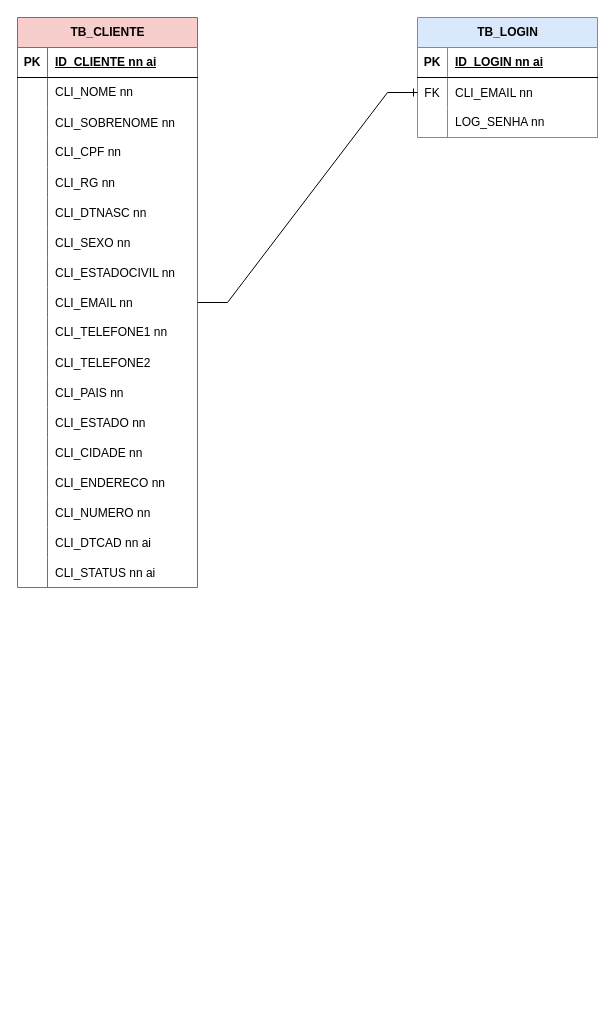
This is TCC-Copperton/DB-Diagram.drawio from saintplis/TCC-Copperton, a draw.io file, before an edit. Source tidied: cells renumbered, new cells numbered last; positions are measured from the earlier drawing's top-left corner, leaving out a move shared by most shapes. Both pictures are drawn from the tidied source at 100%, with x=0, y=0 at pixel (17, 17).
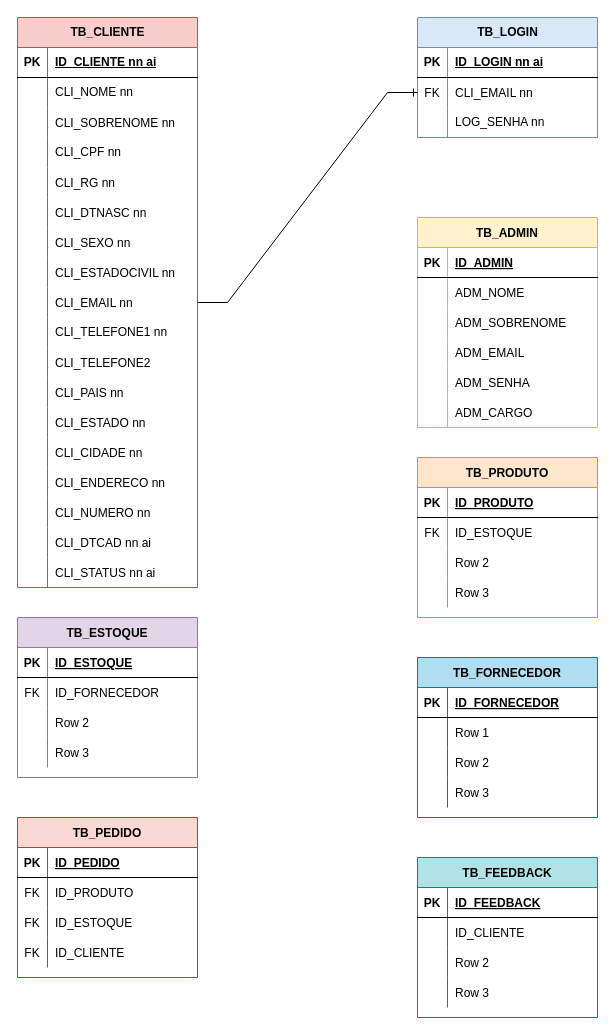
After the change.

Commit message:
DB Diagram - Copperton Beta 1.3

The edit, as a diff of the source:
```diff
@@
+    <mxCell id="68" value="TB_ADMIN" style="shape=table;startSize=30;childLayout=tableLayout;rowLines=0;fontStyle=1;align=center;fillColor=#fff2cc;strokeColor=#d6b656;" parent="1" vertex="1">
+      <mxGeometry x="400" y="200" width="180" height="210" as="geometry" />
+    </mxCell>
+    <mxCell id="69" style="shape=tableRow;horizontal=0;startSize=0;swimlaneHead=0;swimlaneBody=0;fillColor=none;top=0;left=0;right=0;bottom=1;" parent="68" vertex="1">
+      <mxGeometry y="30" width="180" height="30" as="geometry" />
+    </mxCell>
+    <mxCell id="70" value="PK" style="shape=partialRectangle;fillColor=none;top=0;left=0;bottom=0;right=0;fontStyle=1;overflow=hidden;" parent="69" vertex="1">
+      <mxGeometry width="30" height="30" as="geometry" />
+    </mxCell>
+    <mxCell id="71" value="ID_ADMIN" style="shape=partialRectangle;fillColor=none;top=0;left=0;bottom=0;right=0;align=left;spacingLeft=6;fontStyle=5;overflow=hidden;" parent="69" vertex="1">
+      <mxGeometry x="30" width="150" height="30" as="geometry" />
+    </mxCell>
+    <mxCell id="72" style="shape=tableRow;horizontal=0;startSize=0;swimlaneHead=0;swimlaneBody=0;fillColor=none;top=0;left=0;right=0;bottom=0;" parent="68" vertex="1">
+      <mxGeometry y="60" width="180" height="30" as="geometry" />
+    </mxCell>
+    <mxCell id="73" style="shape=partialRectangle;fillColor=none;top=0;left=0;bottom=0;right=0;overflow=hidden;" parent="72" vertex="1">
+      <mxGeometry width="30" height="30" as="geometry" />
+    </mxCell>
+    <mxCell id="74" value="ADM_NOME" style="shape=partialRectangle;fillColor=none;top=0;left=0;bottom=0;right=0;align=left;spacingLeft=6;overflow=hidden;" parent="72" vertex="1">
+      <mxGeometry x="30" width="150" height="30" as="geometry" />
+    </mxCell>
+    <mxCell id="75" style="shape=tableRow;horizontal=0;startSize=0;swimlaneHead=0;swimlaneBody=0;fillColor=none;top=0;left=0;right=0;bottom=0;" parent="68" vertex="1">
+      <mxGeometry y="90" width="180" height="30" as="geometry" />
+    </mxCell>
+    <mxCell id="76" style="shape=partialRectangle;fillColor=none;top=0;left=0;bottom=0;right=0;overflow=hidden;" parent="75" vertex="1">
+      <mxGeometry width="30" height="30" as="geometry" />
+    </mxCell>
+    <mxCell id="77" value="ADM_SOBRENOME" style="shape=partialRectangle;fillColor=none;top=0;left=0;bottom=0;right=0;align=left;spacingLeft=6;overflow=hidden;" parent="75" vertex="1">
+      <mxGeometry x="30" width="150" height="30" as="geometry" />
+    </mxCell>
+    <mxCell id="78" style="shape=tableRow;horizontal=0;startSize=0;swimlaneHead=0;swimlaneBody=0;fillColor=none;top=0;left=0;right=0;bottom=0;" parent="68" vertex="1">
+      <mxGeometry y="120" width="180" height="30" as="geometry" />
+    </mxCell>
+    <mxCell id="79" style="shape=partialRectangle;fillColor=none;top=0;left=0;bottom=0;right=0;overflow=hidden;" parent="78" vertex="1">
+      <mxGeometry width="30" height="30" as="geometry" />
+    </mxCell>
+    <mxCell id="80" value="ADM_EMAIL" style="shape=partialRectangle;fillColor=none;top=0;left=0;bottom=0;right=0;align=left;spacingLeft=6;overflow=hidden;" parent="78" vertex="1">
+      <mxGeometry x="30" width="150" height="30" as="geometry" />
+    </mxCell>
+    <mxCell id="81" style="shape=tableRow;horizontal=0;startSize=0;swimlaneHead=0;swimlaneBody=0;fillColor=none;top=0;left=0;right=0;bottom=0;" parent="68" vertex="1">
+      <mxGeometry y="150" width="180" height="30" as="geometry" />
+    </mxCell>
+    <mxCell id="82" style="shape=partialRectangle;fillColor=none;top=0;left=0;bottom=0;right=0;overflow=hidden;" parent="81" vertex="1">
+      <mxGeometry width="30" height="30" as="geometry" />
+    </mxCell>
+    <mxCell id="83" value="ADM_SENHA" style="shape=partialRectangle;fillColor=none;top=0;left=0;bottom=0;right=0;align=left;spacingLeft=6;overflow=hidden;" parent="81" vertex="1">
+      <mxGeometry x="30" width="150" height="30" as="geometry" />
+    </mxCell>
+    <mxCell id="84" style="shape=tableRow;horizontal=0;startSize=0;swimlaneHead=0;swimlaneBody=0;fillColor=none;top=0;left=0;right=0;bottom=0;" parent="68" vertex="1">
+      <mxGeometry y="180" width="180" height="30" as="geometry" />
+    </mxCell>
+    <mxCell id="85" style="shape=partialRectangle;fillColor=none;top=0;left=0;bottom=0;right=0;overflow=hidden;" parent="84" vertex="1">
+      <mxGeometry width="30" height="30" as="geometry" />
+    </mxCell>
+    <mxCell id="86" value="ADM_CARGO" style="shape=partialRectangle;fillColor=none;top=0;left=0;bottom=0;right=0;align=left;spacingLeft=6;overflow=hidden;" parent="84" vertex="1">
+      <mxGeometry x="30" width="150" height="30" as="geometry" />
+    </mxCell>
+    <mxCell id="87" value="TB_PRODUTO" style="shape=table;startSize=30;childLayout=tableLayout;rowLines=0;fontStyle=1;align=center;fillColor=#ffe6cc;strokeColor=#d79b00;" parent="1" vertex="1">
+      <mxGeometry x="400" y="440" width="180" height="160" as="geometry" />
+    </mxCell>
+    <mxCell id="88" style="shape=tableRow;horizontal=0;startSize=0;swimlaneHead=0;swimlaneBody=0;fillColor=none;top=0;left=0;right=0;bottom=1;" parent="87" vertex="1">
+      <mxGeometry y="30" width="180" height="30" as="geometry" />
+    </mxCell>
+    <mxCell id="89" value="PK" style="shape=partialRectangle;fillColor=none;top=0;left=0;bottom=0;right=0;fontStyle=1;overflow=hidden;" parent="88" vertex="1">
+      <mxGeometry width="30" height="30" as="geometry" />
+    </mxCell>
+    <mxCell id="90" value="ID_PRODUTO" style="shape=partialRectangle;fillColor=none;top=0;left=0;bottom=0;right=0;align=left;spacingLeft=6;fontStyle=5;overflow=hidden;" parent="88" vertex="1">
+      <mxGeometry x="30" width="150" height="30" as="geometry" />
+    </mxCell>
+    <mxCell id="91" style="shape=tableRow;horizontal=0;startSize=0;swimlaneHead=0;swimlaneBody=0;fillColor=none;top=0;left=0;right=0;bottom=0;" parent="87" vertex="1">
+      <mxGeometry y="60" width="180" height="30" as="geometry" />
+    </mxCell>
+    <mxCell id="92" value="FK" style="shape=partialRectangle;fillColor=none;top=0;left=0;bottom=0;right=0;overflow=hidden;" parent="91" vertex="1">
+      <mxGeometry width="30" height="30" as="geometry" />
+    </mxCell>
+    <mxCell id="93" value="ID_ESTOQUE" style="shape=partialRectangle;fillColor=none;top=0;left=0;bottom=0;right=0;align=left;spacingLeft=6;overflow=hidden;" parent="91" vertex="1">
+      <mxGeometry x="30" width="150" height="30" as="geometry" />
+    </mxCell>
+    <mxCell id="94" style="shape=tableRow;horizontal=0;startSize=0;swimlaneHead=0;swimlaneBody=0;fillColor=none;top=0;left=0;right=0;bottom=0;" parent="87" vertex="1">
+      <mxGeometry y="90" width="180" height="30" as="geometry" />
+    </mxCell>
+    <mxCell id="95" style="shape=partialRectangle;fillColor=none;top=0;left=0;bottom=0;right=0;overflow=hidden;" parent="94" vertex="1">
+      <mxGeometry width="30" height="30" as="geometry" />
+    </mxCell>
+    <mxCell id="96" value="Row 2" style="shape=partialRectangle;fillColor=none;top=0;left=0;bottom=0;right=0;align=left;spacingLeft=6;overflow=hidden;" parent="94" vertex="1">
+      <mxGeometry x="30" width="150" height="30" as="geometry" />
+    </mxCell>
+    <mxCell id="97" style="shape=tableRow;horizontal=0;startSize=0;swimlaneHead=0;swimlaneBody=0;fillColor=none;top=0;left=0;right=0;bottom=0;" parent="87" vertex="1">
+      <mxGeometry y="120" width="180" height="30" as="geometry" />
+    </mxCell>
+    <mxCell id="98" style="shape=partialRectangle;fillColor=none;top=0;left=0;bottom=0;right=0;overflow=hidden;" parent="97" vertex="1">
+      <mxGeometry width="30" height="30" as="geometry" />
+    </mxCell>
+    <mxCell id="99" value="Row 3" style="shape=partialRectangle;fillColor=none;top=0;left=0;bottom=0;right=0;align=left;spacingLeft=6;overflow=hidden;" parent="97" vertex="1">
+      <mxGeometry x="30" width="150" height="30" as="geometry" />
+    </mxCell>
+    <mxCell id="100" value="TB_ESTOQUE" style="shape=table;startSize=30;childLayout=tableLayout;rowLines=0;fontStyle=1;align=center;fillColor=#e1d5e7;strokeColor=#9673a6;" parent="1" vertex="1">
+      <mxGeometry y="600" width="180" height="160" as="geometry" />
+    </mxCell>
+    <mxCell id="101" style="shape=tableRow;horizontal=0;startSize=0;swimlaneHead=0;swimlaneBody=0;fillColor=none;top=0;left=0;right=0;bottom=1;" parent="100" vertex="1">
+      <mxGeometry y="30" width="180" height="30" as="geometry" />
+    </mxCell>
+    <mxCell id="102" value="PK" style="shape=partialRectangle;fillColor=none;top=0;left=0;bottom=0;right=0;fontStyle=1;overflow=hidden;" parent="101" vertex="1">
+      <mxGeometry width="30" height="30" as="geometry" />
+    </mxCell>
+    <mxCell id="103" value="ID_ESTOQUE" style="shape=partialRectangle;fillColor=none;top=0;left=0;bottom=0;right=0;align=left;spacingLeft=6;fontStyle=5;overflow=hidden;" parent="101" vertex="1">
+      <mxGeometry x="30" width="150" height="30" as="geometry" />
+    </mxCell>
+    <mxCell id="104" style="shape=tableRow;horizontal=0;startSize=0;swimlaneHead=0;swimlaneBody=0;fillColor=none;top=0;left=0;right=0;bottom=0;" parent="100" vertex="1">
+      <mxGeometry y="60" width="180" height="30" as="geometry" />
+    </mxCell>
+    <mxCell id="105" value="FK" style="shape=partialRectangle;fillColor=none;top=0;left=0;bottom=0;right=0;overflow=hidden;" parent="104" vertex="1">
+      <mxGeometry width="30" height="30" as="geometry" />
+    </mxCell>
+    <mxCell id="106" value="ID_FORNECEDOR" style="shape=partialRectangle;fillColor=none;top=0;left=0;bottom=0;right=0;align=left;spacingLeft=6;overflow=hidden;" parent="104" vertex="1">
+      <mxGeometry x="30" width="150" height="30" as="geometry" />
+    </mxCell>
+    <mxCell id="107" style="shape=tableRow;horizontal=0;startSize=0;swimlaneHead=0;swimlaneBody=0;fillColor=none;top=0;left=0;right=0;bottom=0;" parent="100" vertex="1">
+      <mxGeometry y="90" width="180" height="30" as="geometry" />
+    </mxCell>
+    <mxCell id="108" style="shape=partialRectangle;fillColor=none;top=0;left=0;bottom=0;right=0;overflow=hidden;" parent="107" vertex="1">
+      <mxGeometry width="30" height="30" as="geometry" />
+    </mxCell>
+    <mxCell id="109" value="Row 2" style="shape=partialRectangle;fillColor=none;top=0;left=0;bottom=0;right=0;align=left;spacingLeft=6;overflow=hidden;" parent="107" vertex="1">
+      <mxGeometry x="30" width="150" height="30" as="geometry" />
+    </mxCell>
+    <mxCell id="110" style="shape=tableRow;horizontal=0;startSize=0;swimlaneHead=0;swimlaneBody=0;fillColor=none;top=0;left=0;right=0;bottom=0;" parent="100" vertex="1">
+      <mxGeometry y="120" width="180" height="30" as="geometry" />
+    </mxCell>
+    <mxCell id="111" style="shape=partialRectangle;fillColor=none;top=0;left=0;bottom=0;right=0;overflow=hidden;" parent="110" vertex="1">
+      <mxGeometry width="30" height="30" as="geometry" />
+    </mxCell>
+    <mxCell id="112" value="Row 3" style="shape=partialRectangle;fillColor=none;top=0;left=0;bottom=0;right=0;align=left;spacingLeft=6;overflow=hidden;" parent="110" vertex="1">
+      <mxGeometry x="30" width="150" height="30" as="geometry" />
+    </mxCell>
+    <mxCell id="113" value="TB_FORNECEDOR" style="shape=table;startSize=30;childLayout=tableLayout;rowLines=0;fontStyle=1;align=center;fillColor=#b1ddf0;strokeColor=#10739e;" parent="1" vertex="1">
+      <mxGeometry x="400" y="640" width="180" height="160" as="geometry" />
+    </mxCell>
+    <mxCell id="114" style="shape=tableRow;horizontal=0;startSize=0;swimlaneHead=0;swimlaneBody=0;fillColor=none;top=0;left=0;right=0;bottom=1;" parent="113" vertex="1">
+      <mxGeometry y="30" width="180" height="30" as="geometry" />
+    </mxCell>
+    <mxCell id="115" value="PK" style="shape=partialRectangle;fillColor=none;top=0;left=0;bottom=0;right=0;fontStyle=1;overflow=hidden;" parent="114" vertex="1">
+      <mxGeometry width="30" height="30" as="geometry" />
+    </mxCell>
+    <mxCell id="116" value="ID_FORNECEDOR" style="shape=partialRectangle;fillColor=none;top=0;left=0;bottom=0;right=0;align=left;spacingLeft=6;fontStyle=5;overflow=hidden;" parent="114" vertex="1">
+      <mxGeometry x="30" width="150" height="30" as="geometry" />
+    </mxCell>
+    <mxCell id="117" style="shape=tableRow;horizontal=0;startSize=0;swimlaneHead=0;swimlaneBody=0;fillColor=none;top=0;left=0;right=0;bottom=0;" parent="113" vertex="1">
+      <mxGeometry y="60" width="180" height="30" as="geometry" />
+    </mxCell>
+    <mxCell id="118" style="shape=partialRectangle;fillColor=none;top=0;left=0;bottom=0;right=0;overflow=hidden;" parent="117" vertex="1">
+      <mxGeometry width="30" height="30" as="geometry" />
+    </mxCell>
+    <mxCell id="119" value="Row 1" style="shape=partialRectangle;fillColor=none;top=0;left=0;bottom=0;right=0;align=left;spacingLeft=6;overflow=hidden;" parent="117" vertex="1">
+      <mxGeometry x="30" width="150" height="30" as="geometry" />
+    </mxCell>
+    <mxCell id="120" style="shape=tableRow;horizontal=0;startSize=0;swimlaneHead=0;swimlaneBody=0;fillColor=none;top=0;left=0;right=0;bottom=0;" parent="113" vertex="1">
+      <mxGeometry y="90" width="180" height="30" as="geometry" />
+    </mxCell>
+    <mxCell id="121" style="shape=partialRectangle;fillColor=none;top=0;left=0;bottom=0;right=0;overflow=hidden;" parent="120" vertex="1">
+      <mxGeometry width="30" height="30" as="geometry" />
+    </mxCell>
+    <mxCell id="122" value="Row 2" style="shape=partialRectangle;fillColor=none;top=0;left=0;bottom=0;right=0;align=left;spacingLeft=6;overflow=hidden;" parent="120" vertex="1">
+      <mxGeometry x="30" width="150" height="30" as="geometry" />
+    </mxCell>
+    <mxCell id="123" style="shape=tableRow;horizontal=0;startSize=0;swimlaneHead=0;swimlaneBody=0;fillColor=none;top=0;left=0;right=0;bottom=0;" parent="113" vertex="1">
+      <mxGeometry y="120" width="180" height="30" as="geometry" />
+    </mxCell>
+    <mxCell id="124" style="shape=partialRectangle;fillColor=none;top=0;left=0;bottom=0;right=0;overflow=hidden;" parent="123" vertex="1">
+      <mxGeometry width="30" height="30" as="geometry" />
+    </mxCell>
+    <mxCell id="125" value="Row 3" style="shape=partialRectangle;fillColor=none;top=0;left=0;bottom=0;right=0;align=left;spacingLeft=6;overflow=hidden;" parent="123" vertex="1">
+      <mxGeometry x="30" width="150" height="30" as="geometry" />
+    </mxCell>
+    <mxCell id="126" value="TB_PEDIDO" style="shape=table;startSize=30;childLayout=tableLayout;rowLines=0;fontStyle=1;align=center;fillColor=#fad9d5;strokeColor=#ae4132;" parent="1" vertex="1">
+      <mxGeometry y="800" width="180" height="160" as="geometry" />
+    </mxCell>
+    <mxCell id="127" style="shape=tableRow;horizontal=0;startSize=0;swimlaneHead=0;swimlaneBody=0;fillColor=none;top=0;left=0;right=0;bottom=1;" parent="126" vertex="1">
+      <mxGeometry y="30" width="180" height="30" as="geometry" />
+    </mxCell>
+    <mxCell id="128" value="PK" style="shape=partialRectangle;fillColor=none;top=0;left=0;bottom=0;right=0;fontStyle=1;overflow=hidden;" parent="127" vertex="1">
+      <mxGeometry width="30" height="30" as="geometry" />
+    </mxCell>
+    <mxCell id="129" value="ID_PEDIDO" style="shape=partialRectangle;fillColor=none;top=0;left=0;bottom=0;right=0;align=left;spacingLeft=6;fontStyle=5;overflow=hidden;" parent="127" vertex="1">
+      <mxGeometry x="30" width="150" height="30" as="geometry" />
+    </mxCell>
+    <mxCell id="130" style="shape=tableRow;horizontal=0;startSize=0;swimlaneHead=0;swimlaneBody=0;fillColor=none;top=0;left=0;right=0;bottom=0;" parent="126" vertex="1">
+      <mxGeometry y="60" width="180" height="30" as="geometry" />
+    </mxCell>
+    <mxCell id="131" value="FK" style="shape=partialRectangle;fillColor=none;top=0;left=0;bottom=0;right=0;overflow=hidden;" parent="130" vertex="1">
+      <mxGeometry width="30" height="30" as="geometry" />
+    </mxCell>
+    <mxCell id="132" value="ID_PRODUTO" style="shape=partialRectangle;fillColor=none;top=0;left=0;bottom=0;right=0;align=left;spacingLeft=6;overflow=hidden;" parent="130" vertex="1">
+      <mxGeometry x="30" width="150" height="30" as="geometry" />
+    </mxCell>
+    <mxCell id="133" style="shape=tableRow;horizontal=0;startSize=0;swimlaneHead=0;swimlaneBody=0;fillColor=none;top=0;left=0;right=0;bottom=0;" parent="126" vertex="1">
+      <mxGeometry y="90" width="180" height="30" as="geometry" />
+    </mxCell>
+    <mxCell id="134" value="FK" style="shape=partialRectangle;fillColor=none;top=0;left=0;bottom=0;right=0;overflow=hidden;" parent="133" vertex="1">
+      <mxGeometry width="30" height="30" as="geometry" />
+    </mxCell>
+    <mxCell id="135" value="ID_ESTOQUE" style="shape=partialRectangle;fillColor=none;top=0;left=0;bottom=0;right=0;align=left;spacingLeft=6;overflow=hidden;" parent="133" vertex="1">
+      <mxGeometry x="30" width="150" height="30" as="geometry" />
+    </mxCell>
+    <mxCell id="136" style="shape=tableRow;horizontal=0;startSize=0;swimlaneHead=0;swimlaneBody=0;fillColor=none;top=0;left=0;right=0;bottom=0;" parent="126" vertex="1">
+      <mxGeometry y="120" width="180" height="30" as="geometry" />
+    </mxCell>
+    <mxCell id="137" value="FK" style="shape=partialRectangle;fillColor=none;top=0;left=0;bottom=0;right=0;overflow=hidden;" parent="136" vertex="1">
+      <mxGeometry width="30" height="30" as="geometry" />
+    </mxCell>
+    <mxCell id="138" value="ID_CLIENTE" style="shape=partialRectangle;fillColor=none;top=0;left=0;bottom=0;right=0;align=left;spacingLeft=6;overflow=hidden;" parent="136" vertex="1">
+      <mxGeometry x="30" width="150" height="30" as="geometry" />
+    </mxCell>
+    <mxCell id="139" value="TB_FEEDBACK" style="shape=table;startSize=30;childLayout=tableLayout;rowLines=0;fontStyle=1;align=center;fillColor=#b0e3e6;strokeColor=#0e8088;" parent="1" vertex="1">
+      <mxGeometry x="400" y="840" width="180" height="160" as="geometry" />
+    </mxCell>
+    <mxCell id="140" style="shape=tableRow;horizontal=0;startSize=0;swimlaneHead=0;swimlaneBody=0;fillColor=none;top=0;left=0;right=0;bottom=1;" parent="139" vertex="1">
+      <mxGeometry y="30" width="180" height="30" as="geometry" />
+    </mxCell>
+    <mxCell id="141" value="PK" style="shape=partialRectangle;fillColor=none;top=0;left=0;bottom=0;right=0;fontStyle=1;overflow=hidden;" parent="140" vertex="1">
+      <mxGeometry width="30" height="30" as="geometry" />
+    </mxCell>
+    <mxCell id="142" value="ID_FEEDBACK" style="shape=partialRectangle;fillColor=none;top=0;left=0;bottom=0;right=0;align=left;spacingLeft=6;fontStyle=5;overflow=hidden;" parent="140" vertex="1">
+      <mxGeometry x="30" width="150" height="30" as="geometry" />
+    </mxCell>
+    <mxCell id="143" style="shape=tableRow;horizontal=0;startSize=0;swimlaneHead=0;swimlaneBody=0;fillColor=none;top=0;left=0;right=0;bottom=0;" parent="139" vertex="1">
+      <mxGeometry y="60" width="180" height="30" as="geometry" />
+    </mxCell>
+    <mxCell id="144" style="shape=partialRectangle;fillColor=none;top=0;left=0;bottom=0;right=0;overflow=hidden;" parent="143" vertex="1">
+      <mxGeometry width="30" height="30" as="geometry" />
+    </mxCell>
+    <mxCell id="145" value="ID_CLIENTE" style="shape=partialRectangle;fillColor=none;top=0;left=0;bottom=0;right=0;align=left;spacingLeft=6;overflow=hidden;" parent="143" vertex="1">
+      <mxGeometry x="30" width="150" height="30" as="geometry" />
+    </mxCell>
+    <mxCell id="146" style="shape=tableRow;horizontal=0;startSize=0;swimlaneHead=0;swimlaneBody=0;fillColor=none;top=0;left=0;right=0;bottom=0;" parent="139" vertex="1">
+      <mxGeometry y="90" width="180" height="30" as="geometry" />
+    </mxCell>
+    <mxCell id="147" style="shape=partialRectangle;fillColor=none;top=0;left=0;bottom=0;right=0;overflow=hidden;" parent="146" vertex="1">
+      <mxGeometry width="30" height="30" as="geometry" />
+    </mxCell>
+    <mxCell id="148" value="Row 2" style="shape=partialRectangle;fillColor=none;top=0;left=0;bottom=0;right=0;align=left;spacingLeft=6;overflow=hidden;" parent="146" vertex="1">
+      <mxGeometry x="30" width="150" height="30" as="geometry" />
+    </mxCell>
+    <mxCell id="149" style="shape=tableRow;horizontal=0;startSize=0;swimlaneHead=0;swimlaneBody=0;fillColor=none;top=0;left=0;right=0;bottom=0;" parent="139" vertex="1">
+      <mxGeometry y="120" width="180" height="30" as="geometry" />
+    </mxCell>
+    <mxCell id="150" style="shape=partialRectangle;fillColor=none;top=0;left=0;bottom=0;right=0;overflow=hidden;" parent="149" vertex="1">
+      <mxGeometry width="30" height="30" as="geometry" />
+    </mxCell>
+    <mxCell id="151" value="Row 3" style="shape=partialRectangle;fillColor=none;top=0;left=0;bottom=0;right=0;align=left;spacingLeft=6;overflow=hidden;" parent="149" vertex="1">
+      <mxGeometry x="30" width="150" height="30" as="geometry" />
+    </mxCell>
```
